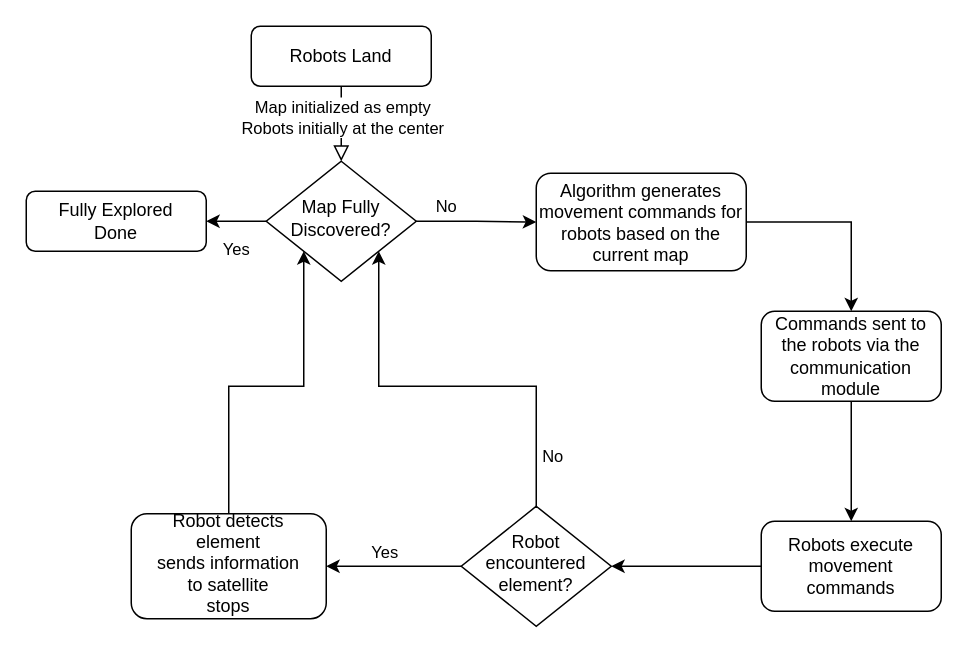
The draw.io diagram system_level_venus.drawio in Froukjebooten/Venus-24, before the edit. Source tidied: cells renumbered, new cells numbered last; positions are measured from the earlier drawing's top-left corner, leaving out a move shared by most shapes. Both pictures are drawn from the tidied source at 150%, with x=0, y=0 at pixel (26, 26).
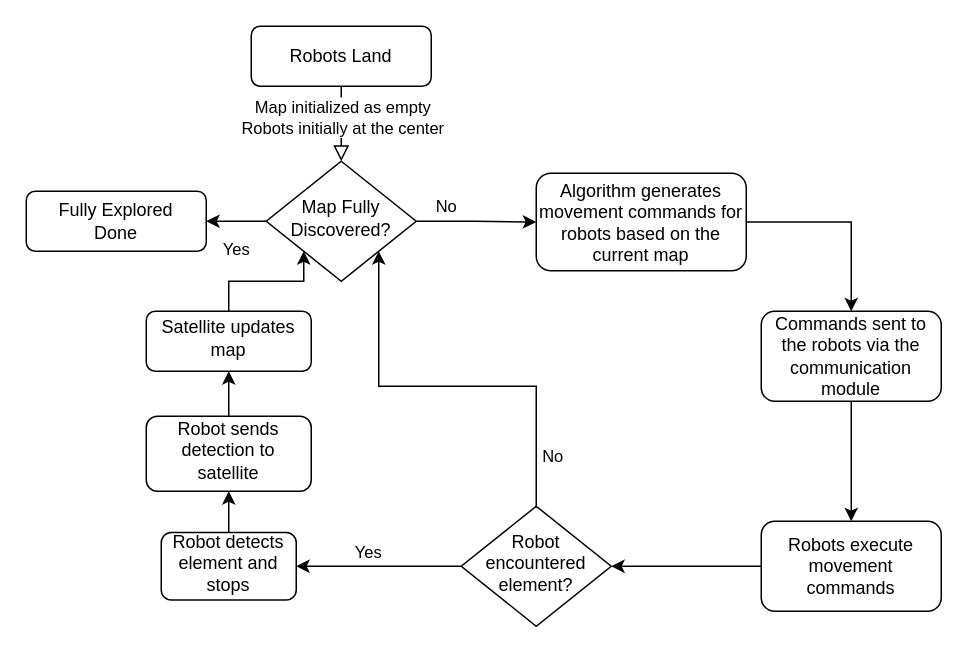
Above is the later version.

The change refers to these unchanged cells:
```xml
<mxCell id="7" value="Map Fully Discovered?" style="rhombus;whiteSpace=wrap;html=1;shadow=0;fontFamily=Helvetica;fontSize=12;align=center;strokeWidth=1;spacing=6;spacingTop=-4;" parent="1" vertex="1">
  <mxGeometry x="160" y="90" width="100" height="80" as="geometry" />
</mxCell>
```

Diff of the diagram source:
```diff
@@
-    <mxCell id="21" style="edgeStyle=orthogonalEdgeStyle;rounded=0;jettySize=auto;html=1;exitX=0.5;exitY=0;exitDx=0;exitDy=0;entryX=0;entryY=1;entryDx=0;entryDy=0;" parent="1" edge="1" source="22" target="7">
-      <mxGeometry relative="1" as="geometry">
-        <Array as="points">
-          <mxPoint x="135" y="240" />
-          <mxPoint x="185" y="240" />
-        </Array>
-      </mxGeometry>
-    </mxCell>
+    <mxCell id="23" style="edgeStyle=orthogonalEdgeStyle;rounded=0;jettySize=auto;html=1;entryX=0.5;entryY=1;entryDx=0;entryDy=0;" parent="1" edge="1" source="22" target="27">
+      <mxGeometry relative="1" as="geometry" />
+    </mxCell>
-    <mxCell id="22" value="Robot detects element&lt;br&gt;sends information to&amp;nbsp;satellite&lt;br&gt;stops" style="rounded=1;whiteSpace=wrap;html=1;shadow=0;strokeWidth=1;spacing=6;spacingTop=-4;" parent="1" vertex="1">
-      <mxGeometry x="70" y="325" width="130" height="70" as="geometry" />
+    <mxCell id="22" value="Robot detects element and stops" style="rounded=1;whiteSpace=wrap;html=1;shadow=0;strokeWidth=1;spacing=6;spacingTop=-4;" parent="1" vertex="1">
+      <mxGeometry x="90" y="337.5" width="90" height="45" as="geometry" />
     </mxCell>
+    <mxCell id="24" style="edgeStyle=orthogonalEdgeStyle;rounded=0;jettySize=auto;html=1;exitX=0.5;exitY=0;exitDx=0;exitDy=0;entryX=0;entryY=1;entryDx=0;entryDy=0;" parent="1" edge="1" source="25" target="7">
+      <mxGeometry relative="1" as="geometry">
+        <Array as="points">
+          <mxPoint x="135" y="170" />
+          <mxPoint x="185" y="170" />
+        </Array>
+      </mxGeometry>
+    </mxCell>
+    <mxCell id="25" value="Satellite updates map" style="rounded=1;whiteSpace=wrap;html=1;shadow=0;strokeWidth=1;spacing=6;spacingTop=-4;" parent="1" vertex="1">
+      <mxGeometry x="80" y="190" width="110" height="40" as="geometry" />
+    </mxCell>
+    <mxCell id="26" style="edgeStyle=orthogonalEdgeStyle;rounded=0;jettySize=auto;html=1;" parent="1" edge="1" source="27" target="25">
+      <mxGeometry relative="1" as="geometry" />
+    </mxCell>
+    <mxCell id="27" value="Robot sends detection to satellite" style="rounded=1;whiteSpace=wrap;html=1;shadow=0;strokeWidth=1;spacing=6;spacingTop=-4;" parent="1" vertex="1">
+      <mxGeometry x="80" y="260" width="110" height="50" as="geometry" />
+    </mxCell>
```
